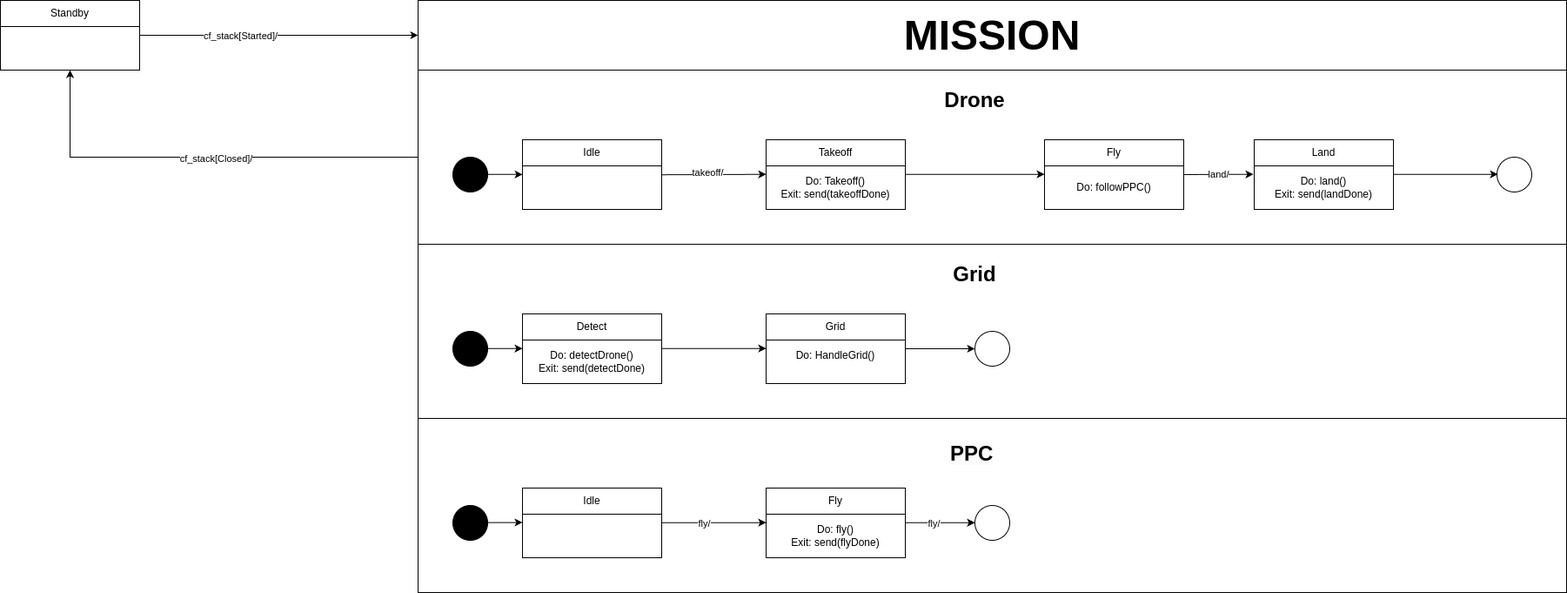
Before: Statechart.drawio.png, a diagram exported from draw.io (Oszimilian/cf_stack). Source tidied: cells renumbered, new cells last; positions are measured from the earlier drawing's top-left corner, leaving out a move shared by most shapes. Its diagram source:
```xml
<mxGraphModel>
  <root>
    <mxCell id="0" />
    <mxCell id="1" parent="0" />
    <mxCell id="2" style="rounded=0;whiteSpace=wrap;html=1;" parent="1" vertex="1">
      <mxGeometry x="480" y="480" width="1320" height="200" as="geometry" />
    </mxCell>
    <mxCell id="3" style="rounded=0;whiteSpace=wrap;html=1;" parent="1" vertex="1">
      <mxGeometry x="480" y="280" width="1320" height="200" as="geometry" />
    </mxCell>
    <mxCell id="4" style="group;" parent="1" vertex="1">
      <mxGeometry x="600" y="160" width="1200" height="120" as="geometry" />
    </mxCell>
    <mxCell id="5" style="rounded=0;whiteSpace=wrap;html=1;" parent="4" vertex="1">
      <mxGeometry x="-120" y="-80" width="1320" height="200" as="geometry" />
    </mxCell>
    <mxCell id="6" value="Idle" style="rounded=0;whiteSpace=wrap;html=1;" parent="4" vertex="1">
      <mxGeometry width="160" height="30" as="geometry" />
    </mxCell>
    <mxCell id="7" style="rounded=0;whiteSpace=wrap;html=1;" parent="4" vertex="1">
      <mxGeometry y="30" width="160" height="50" as="geometry" />
    </mxCell>
    <mxCell id="8" value="&lt;b&gt;&lt;font style=&quot;font-size: 24px;&quot;&gt;Drone&lt;/font&gt;&lt;/b&gt;" style="text;strokeColor=none;align=center;fillColor=none;html=1;verticalAlign=middle;whiteSpace=wrap;rounded=0;" parent="1" vertex="1">
      <mxGeometry x="1090" y="100" width="60" height="30" as="geometry" />
    </mxCell>
    <mxCell id="9" style="group;" parent="1" vertex="1">
      <mxGeometry x="1200" y="160" width="160" height="80" as="geometry" />
    </mxCell>
    <mxCell id="10" value="Fly" style="rounded=0;whiteSpace=wrap;html=1;" parent="9" vertex="1">
      <mxGeometry width="160" height="30" as="geometry" />
    </mxCell>
    <mxCell id="11" value="Do: followPPC()" style="rounded=0;whiteSpace=wrap;html=1;" parent="9" vertex="1">
      <mxGeometry y="30" width="160" height="50" as="geometry" />
    </mxCell>
    <mxCell id="12" style="group;" parent="1" vertex="1">
      <mxGeometry x="880" y="160" width="160" height="80" as="geometry" />
    </mxCell>
    <mxCell id="13" value="Takeoff" style="rounded=0;whiteSpace=wrap;html=1;" parent="12" vertex="1">
      <mxGeometry width="160" height="30" as="geometry" />
    </mxCell>
    <mxCell id="14" value="Do: Takeoff()&lt;div&gt;Exit: send(takeoffDone)&lt;/div&gt;" style="rounded=0;whiteSpace=wrap;html=1;" parent="12" vertex="1">
      <mxGeometry y="30" width="160" height="50" as="geometry" />
    </mxCell>
    <mxCell id="15" style="endArrow=classic;html=1;rounded=0;exitX=1;exitY=0.25;exitDx=0;exitDy=0;" parent="1" edge="1">
      <mxGeometry relative="1" as="geometry">
        <mxPoint x="760" y="200.2" as="sourcePoint" />
        <mxPoint x="880" y="199.7" as="targetPoint" />
      </mxGeometry>
    </mxCell>
    <mxCell id="16" value="takeoff/" style="edgeLabel;html=1;align=center;verticalAlign=middle;" parent="15" vertex="1">
      <mxGeometry x="-0.12" y="2" relative="1" as="geometry" />
    </mxCell>
    <mxCell id="17" style="endArrow=classic;html=1;rounded=0;" parent="1" edge="1">
      <mxGeometry relative="1" as="geometry">
        <mxPoint x="1040" y="199.7" as="sourcePoint" />
        <mxPoint x="1200" y="199.7" as="targetPoint" />
      </mxGeometry>
    </mxCell>
    <mxCell id="18" style="group;" parent="1" vertex="1">
      <mxGeometry x="1400" y="160" width="160" height="80" as="geometry" />
    </mxCell>
    <mxCell id="19" value="Land" style="rounded=0;whiteSpace=wrap;html=1;" parent="18" vertex="1">
      <mxGeometry x="41" width="160" height="30" as="geometry" />
    </mxCell>
    <mxCell id="20" value="Do: land()&lt;div&gt;Exit: send(landDone)&lt;/div&gt;" style="rounded=0;whiteSpace=wrap;html=1;" parent="18" vertex="1">
      <mxGeometry x="41" y="30" width="160" height="50" as="geometry" />
    </mxCell>
    <mxCell id="21" style="endArrow=classic;html=1;rounded=0;" parent="18" edge="1">
      <mxGeometry relative="1" as="geometry">
        <mxPoint x="-40" y="40" as="sourcePoint" />
        <mxPoint x="40" y="39.7" as="targetPoint" />
      </mxGeometry>
    </mxCell>
    <mxCell id="22" value="land/" style="edgeLabel;html=1;align=center;verticalAlign=middle;" parent="21" vertex="1">
      <mxGeometry x="0.46" y="2" relative="1" as="geometry">
        <mxPoint x="-18" y="2" as="offset" />
      </mxGeometry>
    </mxCell>
    <mxCell id="23" style="ellipse;whiteSpace=wrap;html=1;" parent="1" vertex="1">
      <mxGeometry x="1720" y="180" width="40" height="40" as="geometry" />
    </mxCell>
    <mxCell id="24" style="endArrow=classic;html=1;rounded=0;exitX=1;exitY=0.25;exitDx=0;exitDy=0;entryX=0;entryY=0.25;entryDx=0;entryDy=0;" parent="1" edge="1">
      <mxGeometry relative="1" as="geometry">
        <mxPoint x="1601" y="199.7" as="sourcePoint" />
        <mxPoint x="1721" y="199.7" as="targetPoint" />
      </mxGeometry>
    </mxCell>
    <mxCell id="25" style="ellipse;whiteSpace=wrap;html=1;fillColor=#000000;" parent="1" vertex="1">
      <mxGeometry x="520" y="180" width="40" height="40" as="geometry" />
    </mxCell>
    <mxCell id="26" style="endArrow=classic;html=1;rounded=0;" parent="1" edge="1">
      <mxGeometry relative="1" as="geometry">
        <mxPoint x="560" y="199.8" as="sourcePoint" />
        <mxPoint x="600" y="199.8" as="targetPoint" />
      </mxGeometry>
    </mxCell>
    <mxCell id="27" value="&lt;font style=&quot;font-size: 24px;&quot;&gt;&lt;b&gt;Grid&lt;/b&gt;&lt;/font&gt;" style="text;strokeColor=none;align=center;fillColor=none;html=1;verticalAlign=middle;whiteSpace=wrap;rounded=0;" parent="1" vertex="1">
      <mxGeometry x="1090" y="300" width="60" height="30" as="geometry" />
    </mxCell>
    <mxCell id="28" style="ellipse;whiteSpace=wrap;html=1;fillColor=#000000;" parent="1" vertex="1">
      <mxGeometry x="520" y="380" width="40" height="40" as="geometry" />
    </mxCell>
    <mxCell id="29" style="group;" parent="1" vertex="1">
      <mxGeometry x="600" y="360" width="160" height="80" as="geometry" />
    </mxCell>
    <mxCell id="30" value="Detect" style="rounded=0;whiteSpace=wrap;html=1;" parent="29" vertex="1">
      <mxGeometry width="160" height="30" as="geometry" />
    </mxCell>
    <mxCell id="31" value="Do: detectDrone()&lt;div&gt;Exit: send(detectDone)&lt;/div&gt;" style="rounded=0;whiteSpace=wrap;html=1;" parent="29" vertex="1">
      <mxGeometry y="30" width="160" height="50" as="geometry" />
    </mxCell>
    <mxCell id="32" style="endArrow=classic;html=1;rounded=0;" parent="1" edge="1">
      <mxGeometry relative="1" as="geometry">
        <mxPoint x="560" y="399.8" as="sourcePoint" />
        <mxPoint x="600" y="399.8" as="targetPoint" />
      </mxGeometry>
    </mxCell>
    <mxCell id="33" style="group;" parent="1" vertex="1">
      <mxGeometry x="880" y="360" width="160" height="80" as="geometry" />
    </mxCell>
    <mxCell id="34" value="Grid" style="rounded=0;whiteSpace=wrap;html=1;" parent="33" vertex="1">
      <mxGeometry width="160" height="30" as="geometry" />
    </mxCell>
    <mxCell id="35" value="Do: HandleGrid()&lt;div&gt;&lt;br&gt;&lt;/div&gt;" style="rounded=0;whiteSpace=wrap;html=1;" parent="33" vertex="1">
      <mxGeometry y="30" width="160" height="50" as="geometry" />
    </mxCell>
    <mxCell id="36" style="endArrow=classic;html=1;rounded=0;" parent="1" edge="1">
      <mxGeometry relative="1" as="geometry">
        <mxPoint x="760" y="399.7" as="sourcePoint" />
        <mxPoint x="880" y="399.7" as="targetPoint" />
      </mxGeometry>
    </mxCell>
    <mxCell id="37" style="ellipse;whiteSpace=wrap;html=1;" parent="1" vertex="1">
      <mxGeometry x="1120" y="380" width="40" height="40" as="geometry" />
    </mxCell>
    <mxCell id="38" style="endArrow=classic;html=1;rounded=0;entryX=0;entryY=0.5;entryDx=0;entryDy=0;" parent="1" edge="1" target="37">
      <mxGeometry relative="1" as="geometry">
        <mxPoint x="1040" y="400" as="sourcePoint" />
      </mxGeometry>
    </mxCell>
    <mxCell id="39" value="&lt;b style=&quot;forced-color-adjust: none; color: rgb(0, 0, 0); font-family: Helvetica; font-size: 24px; font-style: normal; font-variant-ligatures: normal; font-variant-caps: normal; letter-spacing: normal; orphans: 2; text-align: center; text-indent: 0px; text-transform: none; widows: 2; word-spacing: 0px; -webkit-text-stroke-width: 0px; white-space: normal; background-color: rgb(251, 251, 251); text-decoration-thickness: initial; text-decoration-style: initial; text-decoration-color: initial;&quot;&gt;PPC&lt;/b&gt;" style="text;whiteSpace=wrap;html=1;" parent="1" vertex="1">
      <mxGeometry x="1090" y="500" width="80" height="50" as="geometry" />
    </mxCell>
    <mxCell id="40" style="ellipse;whiteSpace=wrap;html=1;fillColor=#000000;" parent="1" vertex="1">
      <mxGeometry x="520" y="580" width="40" height="40" as="geometry" />
    </mxCell>
    <mxCell id="41" style="endArrow=classic;html=1;rounded=0;" parent="1" edge="1">
      <mxGeometry relative="1" as="geometry">
        <mxPoint x="560" y="599.6" as="sourcePoint" />
        <mxPoint x="600" y="599.6" as="targetPoint" />
      </mxGeometry>
    </mxCell>
    <mxCell id="42" style="group;" parent="1" vertex="1">
      <mxGeometry x="600" y="560" width="160" height="80" as="geometry" />
    </mxCell>
    <mxCell id="43" value="Idle" style="rounded=0;whiteSpace=wrap;html=1;" parent="42" vertex="1">
      <mxGeometry width="160" height="30" as="geometry" />
    </mxCell>
    <mxCell id="44" style="rounded=0;whiteSpace=wrap;html=1;" parent="42" vertex="1">
      <mxGeometry y="30" width="160" height="50" as="geometry" />
    </mxCell>
    <mxCell id="45" style="group;" parent="1" vertex="1">
      <mxGeometry x="880" y="560" width="160" height="80" as="geometry" />
    </mxCell>
    <mxCell id="46" value="Fly" style="rounded=0;whiteSpace=wrap;html=1;" parent="45" vertex="1">
      <mxGeometry width="160" height="30" as="geometry" />
    </mxCell>
    <mxCell id="47" value="Do: fly()&lt;div&gt;Exit: send(flyDone)&lt;/div&gt;" style="rounded=0;whiteSpace=wrap;html=1;" parent="45" vertex="1">
      <mxGeometry y="30" width="160" height="50" as="geometry" />
    </mxCell>
    <mxCell id="48" style="endArrow=classic;html=1;rounded=0;" parent="1" edge="1">
      <mxGeometry relative="1" as="geometry">
        <mxPoint x="760" y="599.7" as="sourcePoint" />
        <mxPoint x="880" y="599.7" as="targetPoint" />
      </mxGeometry>
    </mxCell>
    <mxCell id="49" value="fly/" style="edgeLabel;html=1;align=center;verticalAlign=middle;" parent="48" vertex="1">
      <mxGeometry x="-0.19" y="-1" relative="1" as="geometry" />
    </mxCell>
    <mxCell id="50" style="ellipse;whiteSpace=wrap;html=1;" parent="1" vertex="1">
      <mxGeometry x="1120" y="580" width="40" height="40" as="geometry" />
    </mxCell>
    <mxCell id="51" style="endArrow=classic;html=1;rounded=0;" parent="1" edge="1">
      <mxGeometry relative="1" as="geometry">
        <mxPoint x="1040" y="599.8" as="sourcePoint" />
        <mxPoint x="1120" y="599.8" as="targetPoint" />
      </mxGeometry>
    </mxCell>
    <mxCell id="52" value="fly/" style="edgeLabel;html=1;align=center;verticalAlign=middle;" parent="51" vertex="1">
      <mxGeometry x="-0.19" y="-1" relative="1" as="geometry" />
    </mxCell>
    <mxCell id="53" value="&lt;font style=&quot;font-size: 48px;&quot;&gt;&lt;b&gt;MISSION&lt;/b&gt;&lt;/font&gt;" style="rounded=0;whiteSpace=wrap;html=1;" parent="1" vertex="1">
      <mxGeometry x="480" width="1320" height="80" as="geometry" />
    </mxCell>
    <mxCell id="54" style="group;" parent="1" vertex="1">
      <mxGeometry width="160" height="80" as="geometry" />
    </mxCell>
    <mxCell id="55" value="Standby" style="rounded=0;whiteSpace=wrap;html=1;" parent="54" vertex="1">
      <mxGeometry width="160" height="30" as="geometry" />
    </mxCell>
    <mxCell id="56" style="rounded=0;whiteSpace=wrap;html=1;" parent="54" vertex="1">
      <mxGeometry y="30" width="160" height="50" as="geometry" />
    </mxCell>
    <mxCell id="57" style="endArrow=classic;html=1;rounded=0;" parent="1" edge="1">
      <mxGeometry relative="1" as="geometry">
        <mxPoint x="160" y="40" as="sourcePoint" />
        <mxPoint x="480" y="40" as="targetPoint" />
      </mxGeometry>
    </mxCell>
    <mxCell id="58" value="cf_stack[Started]/" style="edgeLabel;html=1;align=center;verticalAlign=middle;" parent="57" vertex="1">
      <mxGeometry x="-0.28" relative="1" as="geometry" />
    </mxCell>
    <mxCell id="59" style="endArrow=classic;html=1;rounded=0;entryX=0.5;entryY=1;entryDx=0;entryDy=0;exitX=0;exitY=0.5;exitDx=0;exitDy=0;" parent="1" edge="1" source="5" target="56">
      <mxGeometry relative="1" as="geometry">
        <Array as="points">
          <mxPoint x="80" y="180" />
        </Array>
      </mxGeometry>
    </mxCell>
    <mxCell id="60" value="cf_stack[Closed]/" style="edgeLabel;html=1;align=center;verticalAlign=middle;" parent="59" vertex="1">
      <mxGeometry x="-0.07" y="1" relative="1" as="geometry" />
    </mxCell>
  </root>
</mxGraphModel>
```
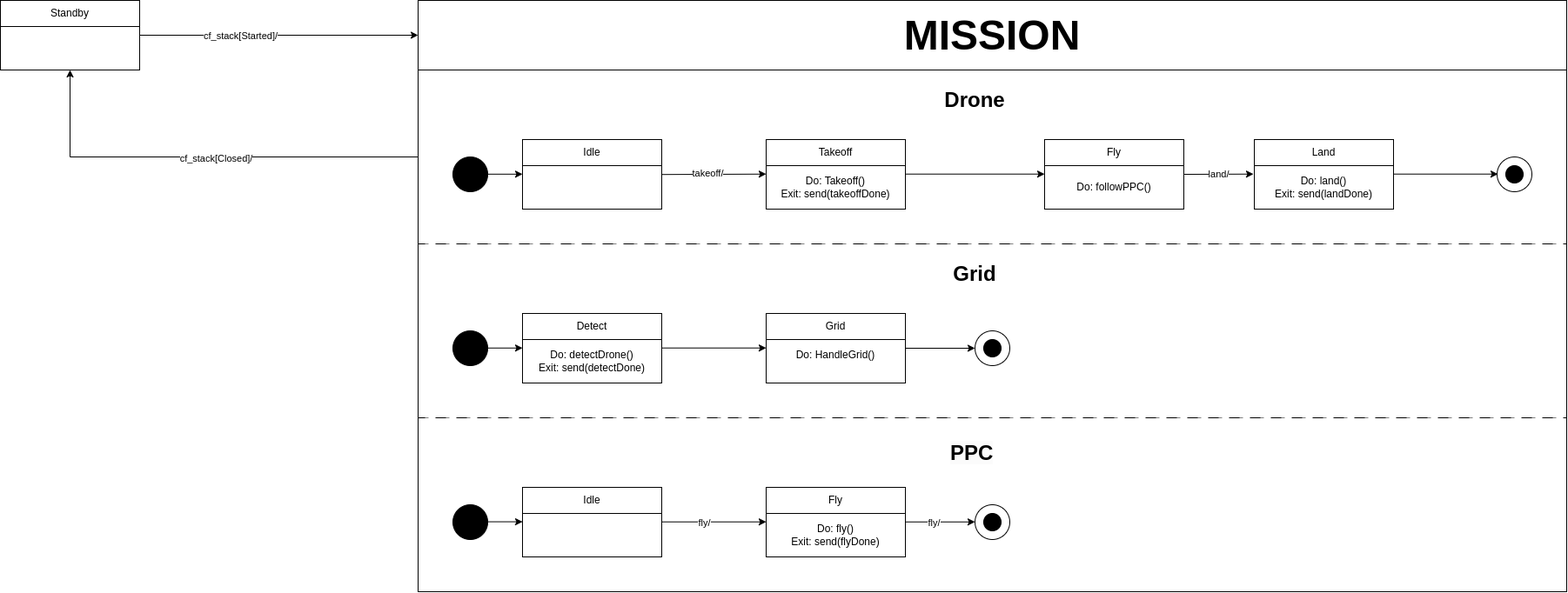
Later version of the same file.

What changed in the source:
```diff
@@ -2,16 +2,16 @@
   <root>
     <mxCell id="0" />
     <mxCell id="1" parent="0" />
-    <mxCell id="2" style="rounded=0;whiteSpace=wrap;html=1;" parent="1" vertex="1">
+    <mxCell id="2" style="rounded=0;whiteSpace=wrap;html=1;dashed=1;dashPattern=12 12;" parent="1" vertex="1">
       <mxGeometry x="480" y="480" width="1320" height="200" as="geometry" />
     </mxCell>
-    <mxCell id="3" style="rounded=0;whiteSpace=wrap;html=1;" parent="1" vertex="1">
+    <mxCell id="3" style="rounded=0;whiteSpace=wrap;html=1;dashed=1;dashPattern=12 12;" parent="1" vertex="1">
       <mxGeometry x="480" y="280" width="1320" height="200" as="geometry" />
     </mxCell>
     <mxCell id="4" style="group;" parent="1" vertex="1">
-      <mxGeometry x="600" y="160" width="1200" height="120" as="geometry" />
+      <mxGeometry x="600" y="160" width="1200" height="520" as="geometry" />
     </mxCell>
-    <mxCell id="5" style="rounded=0;whiteSpace=wrap;html=1;" parent="4" vertex="1">
+    <mxCell id="5" style="rounded=0;whiteSpace=wrap;html=1;dashed=1;dashPattern=12 12;" parent="4" vertex="1">
       <mxGeometry x="-120" y="-80" width="1320" height="200" as="geometry" />
     </mxCell>
     <mxCell id="6" value="Idle" style="rounded=0;whiteSpace=wrap;html=1;" parent="4" vertex="1">
@@ -20,6 +20,9 @@
     <mxCell id="7" style="rounded=0;whiteSpace=wrap;html=1;" parent="4" vertex="1">
       <mxGeometry y="30" width="160" height="50" as="geometry" />
     </mxCell>
+    <mxCell id="61" style="rounded=0;whiteSpace=wrap;html=1;fillColor=none;" parent="4" vertex="1">
+      <mxGeometry x="-120" y="-80" width="1320" height="600" as="geometry" />
+    </mxCell>
     <mxCell id="8" value="&lt;b&gt;&lt;font style=&quot;font-size: 24px;&quot;&gt;Drone&lt;/font&gt;&lt;/b&gt;" style="text;strokeColor=none;align=center;fillColor=none;html=1;verticalAlign=middle;whiteSpace=wrap;rounded=0;" parent="1" vertex="1">
       <mxGeometry x="1090" y="100" width="60" height="30" as="geometry" />
     </mxCell>
@@ -220,5 +223,14 @@
     <mxCell id="60" value="cf_stack[Closed]/" style="edgeLabel;html=1;align=center;verticalAlign=middle;" parent="59" vertex="1">
       <mxGeometry x="-0.07" y="1" relative="1" as="geometry" />
     </mxCell>
+    <mxCell id="62" style="ellipse;whiteSpace=wrap;html=1;fillColor=#000000;" parent="1" vertex="1">
+      <mxGeometry x="1730" y="190" width="20" height="20" as="geometry" />
+    </mxCell>
+    <mxCell id="63" style="ellipse;whiteSpace=wrap;html=1;fillColor=#000000;" parent="1" vertex="1">
+      <mxGeometry x="1130" y="390" width="20" height="20" as="geometry" />
+    </mxCell>
+    <mxCell id="64" style="ellipse;whiteSpace=wrap;html=1;fillColor=#000000;" parent="1" vertex="1">
+      <mxGeometry x="1130" y="590" width="20" height="20" as="geometry" />
+    </mxCell>
   </root>
 </mxGraphModel>
```
